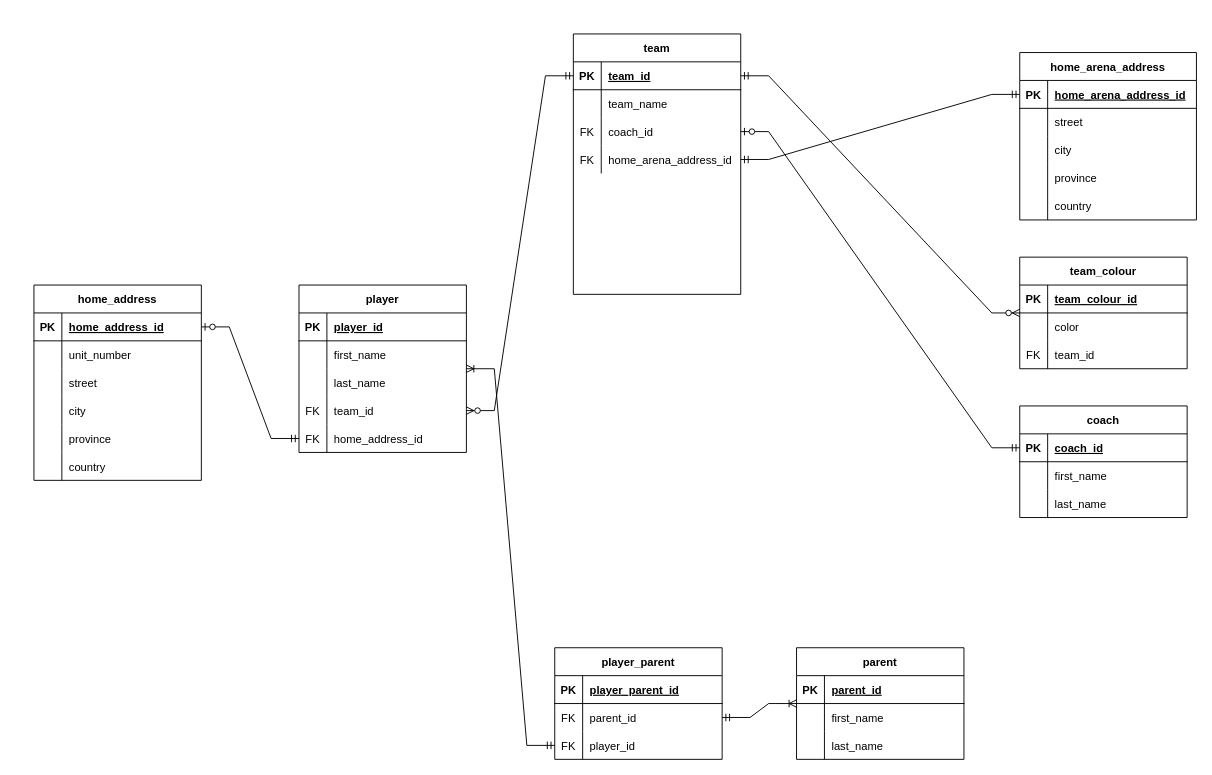
iliaamiri/comp-2350-web-database-draw.io keeps this draw.io diagram as week 4/Hockey_database_Good_Design.drawio. Above is the earlier version. Source tidied: cells renumbered, new cells numbered last; positions are measured from the earlier drawing's top-left corner, leaving out a move shared by most shapes. Both pictures are drawn from the tidied source at 93%, with x=0, y=0 at pixel (33, 33).
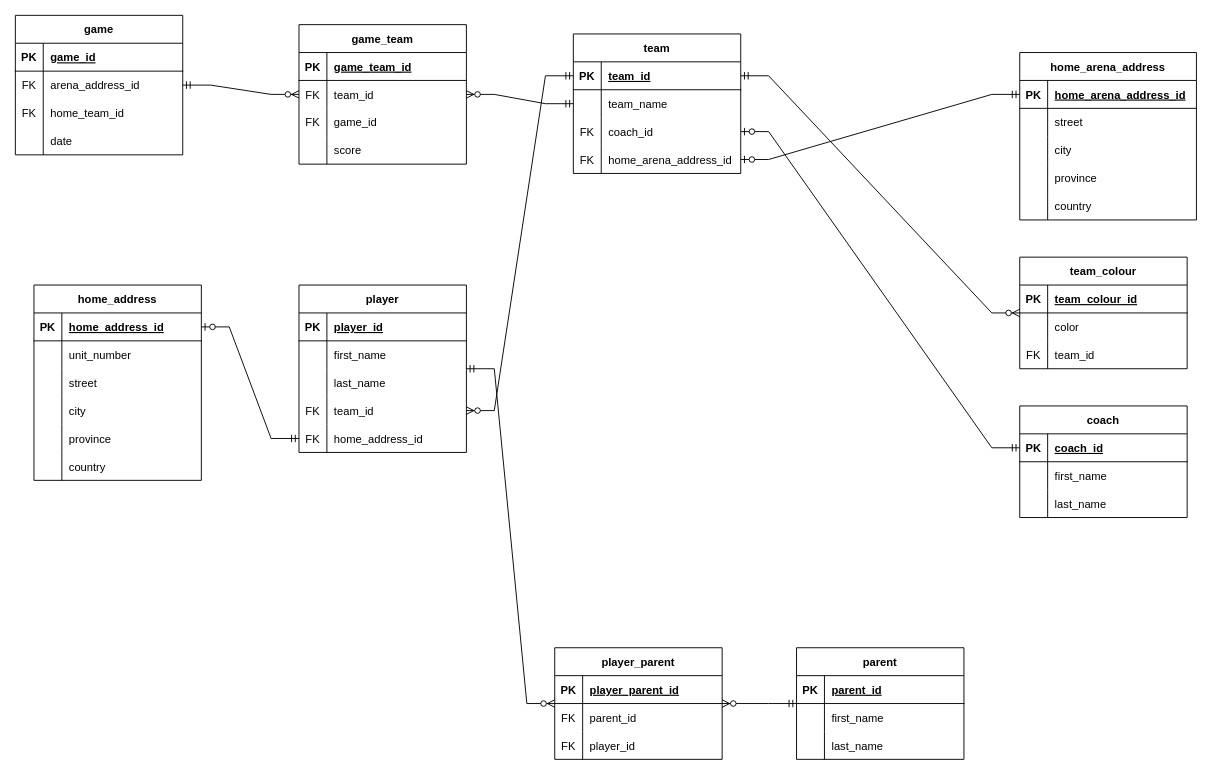
The same page after the edit.

The change refers to these unchanged cells:
```xml
<mxCell id="12" style="shape=tableRow;horizontal=0;startSize=0;swimlaneHead=0;swimlaneBody=0;fillColor=none;points=[[0,0.5],[1,0.5]];portConstraint=eastwest;top=0;left=0;right=0;bottom=0;" parent="2" vertex="1">
  <mxGeometry y="120" width="180" height="30" as="geometry" />
</mxCell>
<mxCell id="26" style="shape=tableRow;horizontal=0;startSize=0;swimlaneHead=0;swimlaneBody=0;fillColor=none;points=[[0,0.5],[1,0.5]];portConstraint=eastwest;top=0;left=0;right=0;bottom=1;" parent="25" vertex="1">
  <mxGeometry y="30" width="190" height="30" as="geometry" />
</mxCell>
<mxCell id="54" value="player" style="shape=table;startSize=30;childLayout=tableLayout;rowLines=0;fontStyle=1;align=center;" parent="1" vertex="1">
  <mxGeometry x="285" y="270" width="180" height="180" as="geometry" />
</mxCell>
<mxCell id="70" value="parent" style="shape=table;startSize=30;childLayout=tableLayout;rowLines=0;fontStyle=1;align=center;" parent="1" vertex="1">
  <mxGeometry x="820" y="660" width="180" height="120" as="geometry" />
</mxCell>
<mxCell id="80" value="player_parent" style="shape=table;startSize=30;childLayout=tableLayout;rowLines=0;fontStyle=1;align=center;" parent="1" vertex="1">
  <mxGeometry x="560" y="660" width="180" height="120" as="geometry" />
</mxCell>
<mxCell id="84" style="shape=tableRow;horizontal=0;startSize=0;swimlaneHead=0;swimlaneBody=0;fillColor=none;points=[[0,0.5],[1,0.5]];portConstraint=eastwest;top=0;left=0;right=0;bottom=0;" parent="80" vertex="1">
  <mxGeometry y="60" width="180" height="30" as="geometry" />
</mxCell>
<mxCell id="87" style="shape=tableRow;horizontal=0;startSize=0;swimlaneHead=0;swimlaneBody=0;fillColor=none;points=[[0,0.5],[1,0.5]];portConstraint=eastwest;top=0;left=0;right=0;bottom=0;" parent="80" vertex="1">
  <mxGeometry y="90" width="180" height="30" as="geometry" />
</mxCell>
```

Diff of the diagram source:
```diff
@@
     <mxCell id="2" value="team" style="shape=table;startSize=30;childLayout=tableLayout;rowLines=0;fontStyle=1;align=center;" parent="1" vertex="1">
-      <mxGeometry x="580" width="180" height="280" as="geometry" />
+      <mxGeometry x="580" width="180" height="150" as="geometry" />
     </mxCell>
@@
-    <mxCell id="41" style="edgeStyle=entityRelationEdgeStyle;fontSize=12;html=1;endArrow=ERmandOne;startArrow=ERmandOne;rounded=0;" parent="1" edge="1" source="12" target="26">
-      <mxGeometry relative="1" as="geometry" />
-    </mxCell>
@@
-    <mxCell id="90" style="edgeStyle=entityRelationEdgeStyle;fontSize=12;html=1;endArrow=ERoneToMany;startArrow=ERmandOne;rounded=0;" parent="1" edge="1" source="87" target="54">
-      <mxGeometry relative="1" as="geometry" />
-    </mxCell>
-    <mxCell id="91" style="edgeStyle=entityRelationEdgeStyle;fontSize=12;html=1;endArrow=ERoneToMany;startArrow=ERmandOne;rounded=0;" parent="1" edge="1" source="84" target="70">
-      <mxGeometry relative="1" as="geometry" />
-    </mxCell>
@@
+    <mxCell id="113" value="game" style="shape=table;startSize=30;childLayout=tableLayout;rowLines=0;fontStyle=1;align=center;" parent="1" vertex="1">
+      <mxGeometry x="-20" y="-20" width="180" height="150" as="geometry" />
+    </mxCell>
+    <mxCell id="114" style="shape=tableRow;horizontal=0;startSize=0;swimlaneHead=0;swimlaneBody=0;fillColor=none;top=0;left=0;right=0;bottom=1;" parent="113" vertex="1">
+      <mxGeometry y="30" width="180" height="30" as="geometry" />
+    </mxCell>
+    <mxCell id="115" value="PK" style="shape=partialRectangle;fillColor=none;top=0;left=0;bottom=0;right=0;fontStyle=1;overflow=hidden;" parent="114" vertex="1">
+      <mxGeometry width="30" height="30" as="geometry" />
+    </mxCell>
+    <mxCell id="116" value="game_id" style="shape=partialRectangle;fillColor=none;top=0;left=0;bottom=0;right=0;align=left;spacingLeft=6;fontStyle=5;overflow=hidden;" parent="114" vertex="1">
+      <mxGeometry x="30" width="150" height="30" as="geometry" />
+    </mxCell>
+    <mxCell id="117" style="shape=tableRow;horizontal=0;startSize=0;swimlaneHead=0;swimlaneBody=0;fillColor=none;top=0;left=0;right=0;bottom=0;" parent="113" vertex="1">
+      <mxGeometry y="60" width="180" height="30" as="geometry" />
+    </mxCell>
+    <mxCell id="118" value="FK" style="shape=partialRectangle;fillColor=none;top=0;left=0;bottom=0;right=0;overflow=hidden;" parent="117" vertex="1">
+      <mxGeometry width="30" height="30" as="geometry" />
+    </mxCell>
+    <mxCell id="119" value="arena_address_id" style="shape=partialRectangle;fillColor=none;top=0;left=0;bottom=0;right=0;align=left;spacingLeft=6;overflow=hidden;" parent="117" vertex="1">
+      <mxGeometry x="30" width="150" height="30" as="geometry" />
+    </mxCell>
+    <mxCell id="120" style="shape=tableRow;horizontal=0;startSize=0;swimlaneHead=0;swimlaneBody=0;fillColor=none;top=0;left=0;right=0;bottom=0;" parent="113" vertex="1">
+      <mxGeometry y="90" width="180" height="30" as="geometry" />
+    </mxCell>
+    <mxCell id="121" value="FK" style="shape=partialRectangle;fillColor=none;top=0;left=0;bottom=0;right=0;overflow=hidden;" parent="120" vertex="1">
+      <mxGeometry width="30" height="30" as="geometry" />
+    </mxCell>
+    <mxCell id="122" value="home_team_id" style="shape=partialRectangle;fillColor=none;top=0;left=0;bottom=0;right=0;align=left;spacingLeft=6;overflow=hidden;" parent="120" vertex="1">
+      <mxGeometry x="30" width="150" height="30" as="geometry" />
+    </mxCell>
+    <mxCell id="123" style="shape=tableRow;horizontal=0;startSize=0;swimlaneHead=0;swimlaneBody=0;fillColor=none;top=0;left=0;right=0;bottom=0;" parent="113" vertex="1">
+      <mxGeometry y="120" width="180" height="30" as="geometry" />
+    </mxCell>
+    <mxCell id="124" style="shape=partialRectangle;fillColor=none;top=0;left=0;bottom=0;right=0;overflow=hidden;" parent="123" vertex="1">
+      <mxGeometry width="30" height="30" as="geometry" />
+    </mxCell>
+    <mxCell id="125" value="date" style="shape=partialRectangle;fillColor=none;top=0;left=0;bottom=0;right=0;align=left;spacingLeft=6;overflow=hidden;" parent="123" vertex="1">
+      <mxGeometry x="30" width="150" height="30" as="geometry" />
+    </mxCell>
+    <mxCell id="126" value="game_team" style="shape=table;startSize=30;childLayout=tableLayout;rowLines=0;fontStyle=1;align=center;" parent="1" vertex="1">
+      <mxGeometry x="285" y="-10" width="180" height="150" as="geometry" />
+    </mxCell>
+    <mxCell id="127" style="shape=tableRow;horizontal=0;startSize=0;swimlaneHead=0;swimlaneBody=0;fillColor=none;top=0;left=0;right=0;bottom=1;" parent="126" vertex="1">
+      <mxGeometry y="30" width="180" height="30" as="geometry" />
+    </mxCell>
+    <mxCell id="128" value="PK" style="shape=partialRectangle;fillColor=none;top=0;left=0;bottom=0;right=0;fontStyle=1;overflow=hidden;" parent="127" vertex="1">
+      <mxGeometry width="30" height="30" as="geometry" />
+    </mxCell>
+    <mxCell id="129" value="game_team_id" style="shape=partialRectangle;fillColor=none;top=0;left=0;bottom=0;right=0;align=left;spacingLeft=6;fontStyle=5;overflow=hidden;" parent="127" vertex="1">
+      <mxGeometry x="30" width="150" height="30" as="geometry" />
+    </mxCell>
+    <mxCell id="130" style="shape=tableRow;horizontal=0;startSize=0;swimlaneHead=0;swimlaneBody=0;fillColor=none;top=0;left=0;right=0;bottom=0;" parent="126" vertex="1">
+      <mxGeometry y="60" width="180" height="30" as="geometry" />
+    </mxCell>
+    <mxCell id="131" value="FK" style="shape=partialRectangle;fillColor=none;top=0;left=0;bottom=0;right=0;overflow=hidden;" parent="130" vertex="1">
+      <mxGeometry width="30" height="30" as="geometry" />
+    </mxCell>
+    <mxCell id="132" value="team_id" style="shape=partialRectangle;fillColor=none;top=0;left=0;bottom=0;right=0;align=left;spacingLeft=6;overflow=hidden;" parent="130" vertex="1">
+      <mxGeometry x="30" width="150" height="30" as="geometry" />
+    </mxCell>
+    <mxCell id="133" style="shape=tableRow;horizontal=0;startSize=0;swimlaneHead=0;swimlaneBody=0;fillColor=none;top=0;left=0;right=0;bottom=0;" parent="126" vertex="1">
+      <mxGeometry y="90" width="180" height="30" as="geometry" />
+    </mxCell>
+    <mxCell id="134" value="FK" style="shape=partialRectangle;fillColor=none;top=0;left=0;bottom=0;right=0;overflow=hidden;" parent="133" vertex="1">
+      <mxGeometry width="30" height="30" as="geometry" />
+    </mxCell>
+    <mxCell id="135" value="game_id" style="shape=partialRectangle;fillColor=none;top=0;left=0;bottom=0;right=0;align=left;spacingLeft=6;overflow=hidden;" parent="133" vertex="1">
+      <mxGeometry x="30" width="150" height="30" as="geometry" />
+    </mxCell>
+    <mxCell id="136" style="shape=tableRow;horizontal=0;startSize=0;swimlaneHead=0;swimlaneBody=0;fillColor=none;top=0;left=0;right=0;bottom=0;" parent="126" vertex="1">
+      <mxGeometry y="120" width="180" height="30" as="geometry" />
+    </mxCell>
+    <mxCell id="137" style="shape=partialRectangle;fillColor=none;top=0;left=0;bottom=0;right=0;overflow=hidden;" parent="136" vertex="1">
+      <mxGeometry width="30" height="30" as="geometry" />
+    </mxCell>
+    <mxCell id="138" value="score" style="shape=partialRectangle;fillColor=none;top=0;left=0;bottom=0;right=0;align=left;spacingLeft=6;overflow=hidden;" parent="136" vertex="1">
+      <mxGeometry x="30" width="150" height="30" as="geometry" />
+    </mxCell>
+    <mxCell id="139" style="edgeStyle=entityRelationEdgeStyle;fontSize=12;html=1;endArrow=ERzeroToMany;startArrow=ERmandOne;rounded=0;" parent="1" edge="1" source="113" target="126">
+      <mxGeometry relative="1" as="geometry" />
+    </mxCell>
+    <mxCell id="140" style="edgeStyle=entityRelationEdgeStyle;fontSize=12;html=1;endArrow=ERzeroToMany;startArrow=ERmandOne;rounded=0;" parent="1" edge="1" source="54" target="80">
+      <mxGeometry relative="1" as="geometry" />
+    </mxCell>
+    <mxCell id="141" style="edgeStyle=entityRelationEdgeStyle;fontSize=12;html=1;endArrow=ERzeroToMany;startArrow=ERmandOne;rounded=0;" parent="1" edge="1" source="70" target="80">
+      <mxGeometry relative="1" as="geometry" />
+    </mxCell>
+    <mxCell id="142" style="edgeStyle=entityRelationEdgeStyle;fontSize=12;html=1;endArrow=ERzeroToOne;startArrow=ERmandOne;rounded=0;" parent="1" edge="1" source="26" target="12">
+      <mxGeometry relative="1" as="geometry" />
+    </mxCell>
+    <mxCell id="143" style="edgeStyle=entityRelationEdgeStyle;fontSize=12;html=1;endArrow=ERzeroToMany;startArrow=ERmandOne;rounded=0;" parent="1" edge="1" source="2" target="126">
+      <mxGeometry relative="1" as="geometry" />
+    </mxCell>
```
